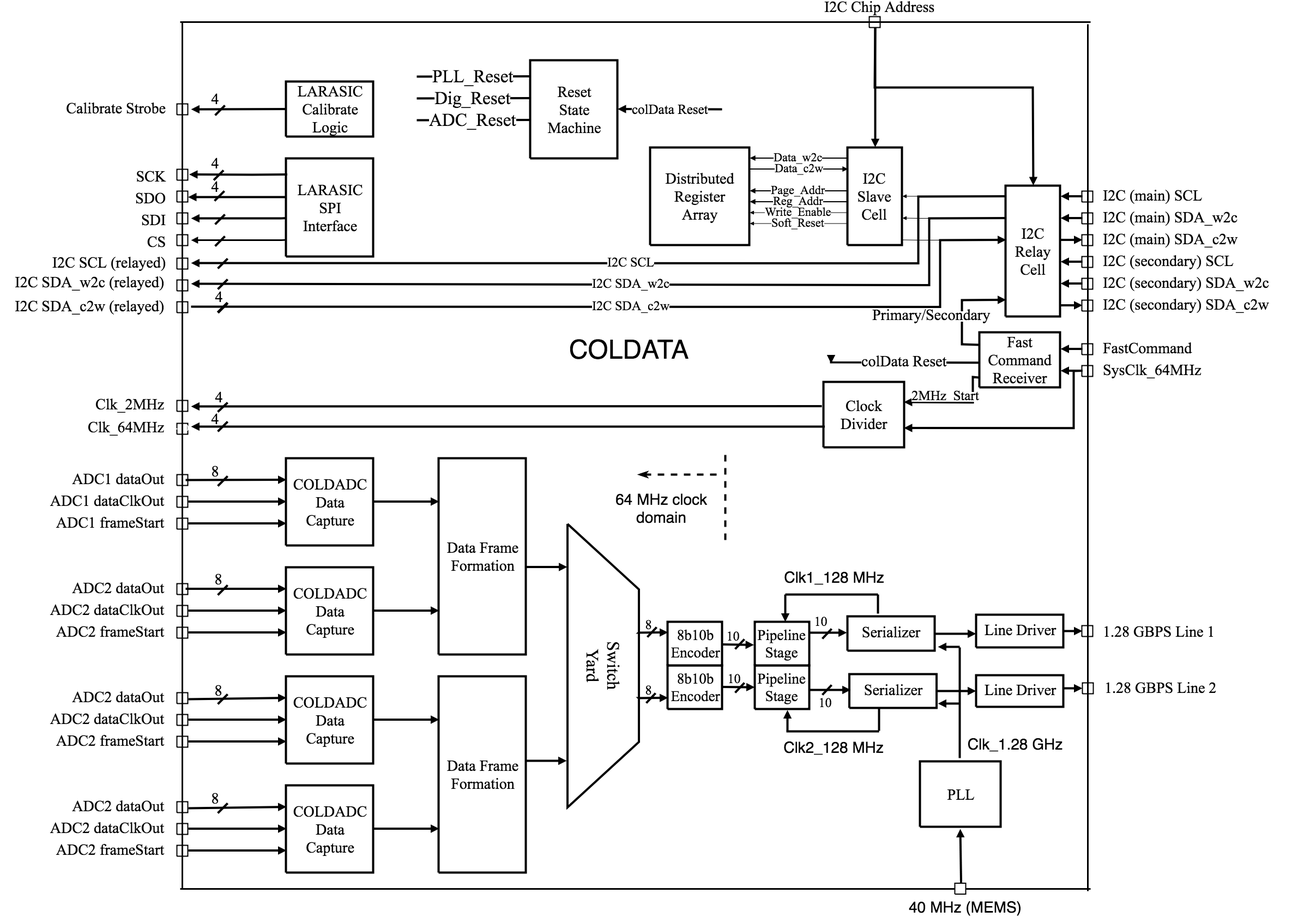
Above: graphics/sp-tpcelec-COLDATA-block-diagram.png in DUNE/dune-tdr (draw.io), before the change. Source tidied: cells renumbered, new cells last; positions are measured from the earlier drawing's top-left corner, leaving out a move shared by most shapes.
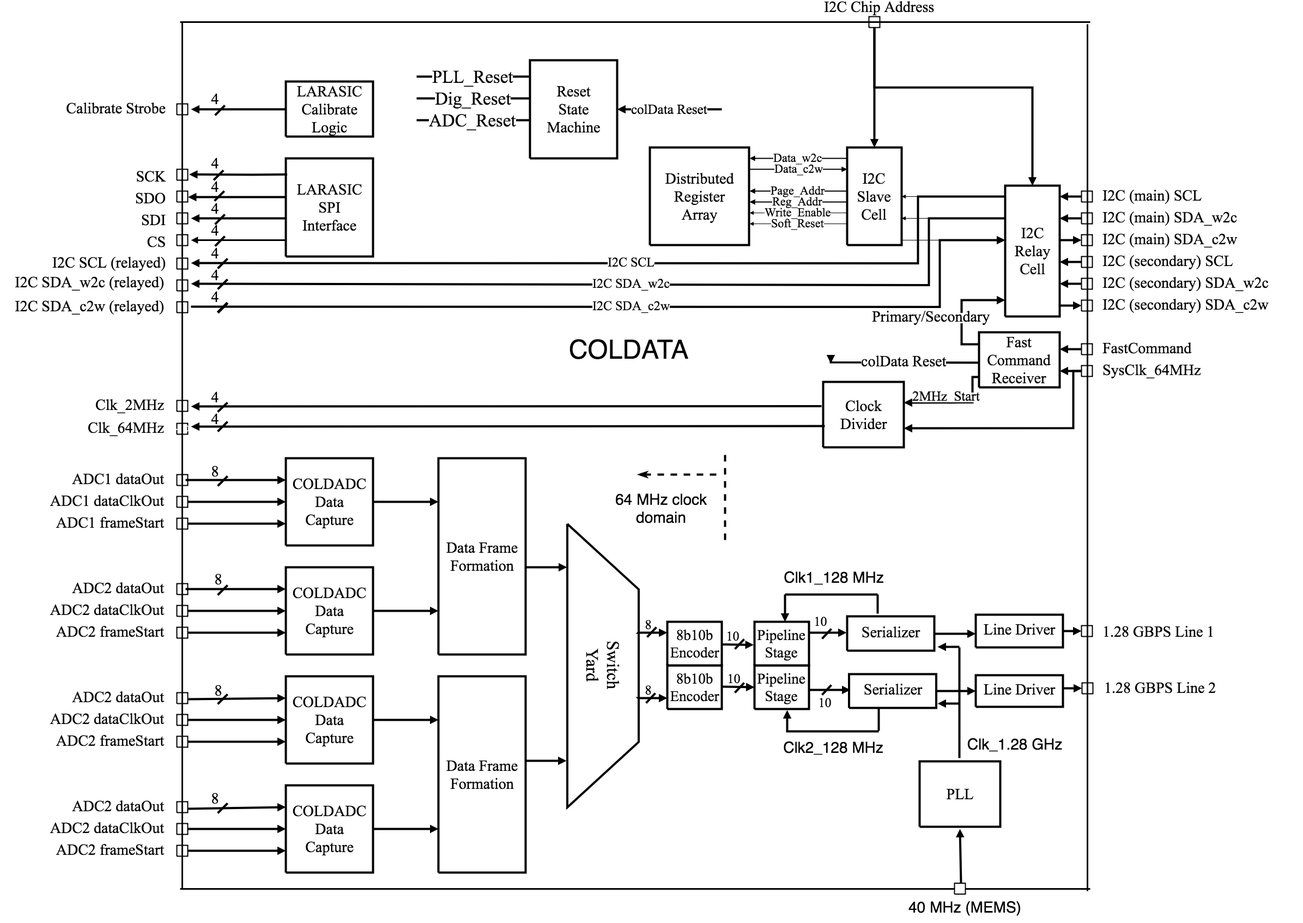
The same file after the commit.

Commit message:
Figure updates for SP TPC Electronics chapter

Diff of the diagram source:
```diff
@@ -763,7 +763,7 @@
       </mxGeometry>
     </mxCell>
     <mxCell id="188" value="&lt;font style=&quot;font-family: &amp;#34;calibri&amp;#34; ; direction: ltr ; letter-spacing: 0px ; line-height: 120% ; opacity: 1&quot;&gt;&lt;font style=&quot;font-size: 28px&quot;&gt;4&lt;/font&gt;&lt;br&gt;&lt;/font&gt;" style="verticalAlign=middle;align=center;vsdxID=171;fillColor=none;gradientColor=none;shape=(stored shape, 160 characters);strokeColor=none;labelBackgroundColor=none;rounded=0;html=1;whiteSpace=wrap;" parent="1" vertex="1">
-      <mxGeometry x="390.5" y="536" width="20" height="20" as="geometry" />
+      <mxGeometry x="384" y="536" width="20" height="20" as="geometry" />
     </mxCell>
     <mxCell id="189" style="vsdxID=170;edgeStyle=none;startArrow=none;endArrow=none;startSize=5;endSize=5;strokeColor=#000000;spacingTop=0;spacingBottom=0;spacingLeft=0;spacingRight=0;verticalAlign=middle;html=1;labelBackgroundColor=#ffffff;rounded=0;strokeWidth=4;" parent="1" edge="1">
       <mxGeometry relative="1" as="geometry">
@@ -772,7 +772,7 @@
       </mxGeometry>
     </mxCell>
     <mxCell id="190" value="&lt;font style=&quot;font-family: &amp;#34;calibri&amp;#34; ; direction: ltr ; letter-spacing: 0px ; line-height: 120% ; opacity: 1&quot;&gt;&lt;font style=&quot;font-size: 28px&quot;&gt;4&lt;/font&gt;&lt;br&gt;&lt;/font&gt;" style="verticalAlign=middle;align=center;vsdxID=171;fillColor=none;gradientColor=none;shape=(stored shape, 160 characters);strokeColor=none;labelBackgroundColor=none;rounded=0;html=1;whiteSpace=wrap;" parent="1" vertex="1">
-      <mxGeometry x="390.5" y="720" width="20" height="20" as="geometry" />
+      <mxGeometry x="383.5" y="720" width="20" height="20" as="geometry" />
     </mxCell>
     <mxCell id="191" value="&lt;font style=&quot;font-family: &amp;#34;calibri&amp;#34; ; direction: ltr ; letter-spacing: 0px ; line-height: 120% ; opacity: 1&quot;&gt;&lt;font style=&quot;font-size: 28px&quot;&gt;4&lt;/font&gt;&lt;br&gt;&lt;/font&gt;" style="verticalAlign=middle;align=center;vsdxID=171;fillColor=none;gradientColor=none;shape=(stored shape, 160 characters);strokeColor=none;labelBackgroundColor=none;rounded=0;html=1;whiteSpace=wrap;" parent="1" vertex="1">
       <mxGeometry x="384" y="760" width="20" height="20" as="geometry" />
@@ -917,5 +917,17 @@
     <mxCell id="223" value="&lt;font style=&quot;font-size: 28px&quot;&gt;64 MHz clock domain&lt;/font&gt;" style="text;html=1;strokeColor=none;fillColor=none;align=center;verticalAlign=middle;whiteSpace=wrap;rounded=0;" parent="1" vertex="1">
       <mxGeometry x="1106" y="880" width="214" height="104" as="geometry" />
     </mxCell>
+    <mxCell id="224" value="&lt;font style=&quot;font-family: &amp;#34;calibri&amp;#34; ; direction: ltr ; letter-spacing: 0px ; line-height: 120% ; opacity: 1&quot;&gt;&lt;font style=&quot;font-size: 28px&quot;&gt;4&lt;/font&gt;&lt;br&gt;&lt;/font&gt;" style="verticalAlign=middle;align=center;vsdxID=171;fillColor=none;gradientColor=none;shape=(stored shape, 160 characters);strokeColor=none;labelBackgroundColor=none;rounded=0;html=1;whiteSpace=wrap;" parent="1" vertex="1">
+      <mxGeometry x="384" y="374" width="20" height="20" as="geometry" />
+    </mxCell>
+    <mxCell id="225" value="&lt;font style=&quot;font-family: &amp;#34;calibri&amp;#34; ; direction: ltr ; letter-spacing: 0px ; line-height: 120% ; opacity: 1&quot;&gt;&lt;font style=&quot;font-size: 28px&quot;&gt;4&lt;/font&gt;&lt;br&gt;&lt;/font&gt;" style="verticalAlign=middle;align=center;vsdxID=171;fillColor=none;gradientColor=none;shape=(stored shape, 160 characters);strokeColor=none;labelBackgroundColor=none;rounded=0;html=1;whiteSpace=wrap;" parent="1" vertex="1">
+      <mxGeometry x="384" y="414" width="20" height="20" as="geometry" />
+    </mxCell>
+    <mxCell id="226" value="&lt;font style=&quot;font-family: &amp;#34;calibri&amp;#34; ; direction: ltr ; letter-spacing: 0px ; line-height: 120% ; opacity: 1&quot;&gt;&lt;font style=&quot;font-size: 28px&quot;&gt;4&lt;/font&gt;&lt;br&gt;&lt;/font&gt;" style="verticalAlign=middle;align=center;vsdxID=171;fillColor=none;gradientColor=none;shape=(stored shape, 160 characters);strokeColor=none;labelBackgroundColor=none;rounded=0;html=1;whiteSpace=wrap;" parent="1" vertex="1">
+      <mxGeometry x="384" y="456" width="20" height="20" as="geometry" />
+    </mxCell>
+    <mxCell id="227" value="&lt;font style=&quot;font-family: &amp;#34;calibri&amp;#34; ; direction: ltr ; letter-spacing: 0px ; line-height: 120% ; opacity: 1&quot;&gt;&lt;font style=&quot;font-size: 28px&quot;&gt;4&lt;/font&gt;&lt;br&gt;&lt;/font&gt;" style="verticalAlign=middle;align=center;vsdxID=171;fillColor=none;gradientColor=none;shape=(stored shape, 160 characters);strokeColor=none;labelBackgroundColor=none;rounded=0;html=1;whiteSpace=wrap;" parent="1" vertex="1">
+      <mxGeometry x="384" y="496" width="20" height="20" as="geometry" />
+    </mxCell>
   </root>
 </mxGraphModel>
```
